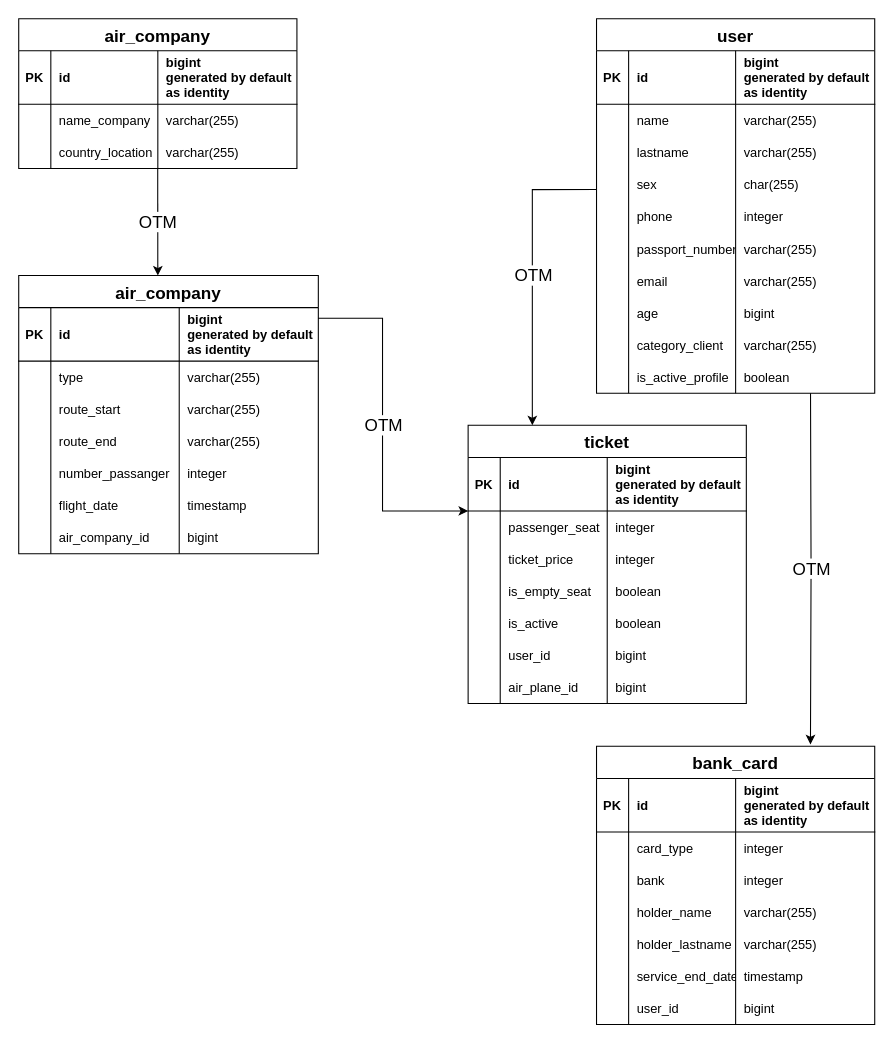
Earlier version of the draw.io diagram Untitled Diagram.drawio (anomalmishka/myProject). Source tidied: cells renumbered, new cells numbered last; positions are measured from the earlier drawing's top-left corner, leaving out a move shared by most shapes. Both pictures are drawn from the tidied source at 107%, with x=0, y=0 at pixel (18, 18).
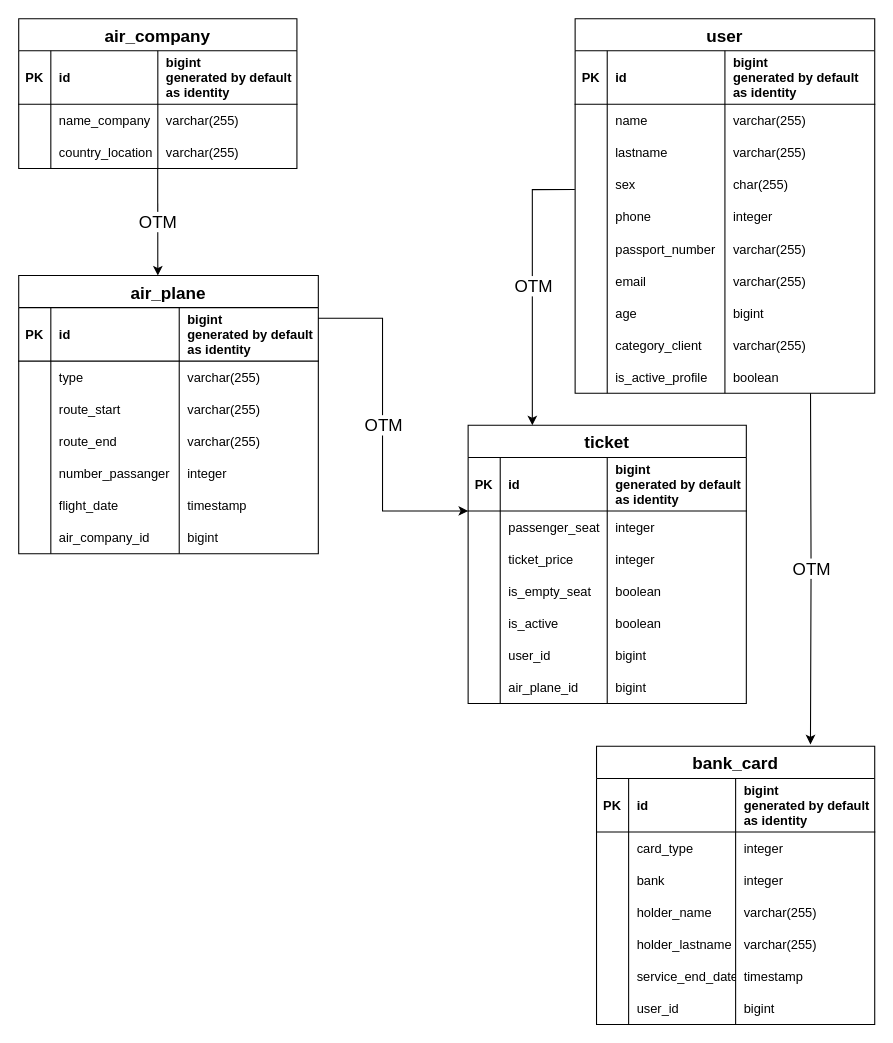
After the change.

The edit, as a diff of the source:
```diff
@@
     <mxCell id="2" value="user" style="shape=table;startSize=30;childLayout=tableLayout;rowLines=0;fontStyle=1;align=center;fontSize=16;" parent="1" vertex="1">
-      <mxGeometry x="540" width="260" height="350" as="geometry" />
+      <mxGeometry x="520" width="280" height="350" as="geometry" />
     </mxCell>
     <mxCell id="3" style="shape=partialRectangle;fillColor=none;top=0;left=0;right=0;bottom=1;" parent="2" vertex="1">
-      <mxGeometry y="30" width="260" height="50" as="geometry" />
+      <mxGeometry y="30" width="280" height="50" as="geometry" />
     </mxCell>
@@
     <mxCell id="5" value="id" style="shape=partialRectangle;overflow=hidden;fillColor=none;top=0;left=0;bottom=0;right=0;align=left;spacingLeft=6;fontStyle=1;" parent="3" vertex="1">
-      <mxGeometry x="30" width="100" height="50" as="geometry" />
+      <mxGeometry x="30" width="110" height="50" as="geometry" />
     </mxCell>
     <mxCell id="6" value="bigint &#10;generated by default &#10;as identity" style="shape=partialRectangle;overflow=hidden;fillColor=none;top=0;left=0;bottom=0;right=0;align=left;spacingLeft=6;fontStyle=1;spacing=2;" parent="3" vertex="1">
-      <mxGeometry x="130" width="130" height="50" as="geometry" />
+      <mxGeometry x="140" width="140" height="50" as="geometry" />
     </mxCell>
     <mxCell id="7" style="shape=partialRectangle;fillColor=none;top=0;left=0;right=0;bottom=0;" parent="2" vertex="1">
-      <mxGeometry y="80" width="260" height="30" as="geometry" />
+      <mxGeometry y="80" width="280" height="30" as="geometry" />
     </mxCell>
@@
     <mxCell id="9" value="name" style="shape=partialRectangle;overflow=hidden;fillColor=none;top=0;left=0;bottom=0;right=0;align=left;spacingLeft=6;fontStyle=0;" parent="7" vertex="1">
-      <mxGeometry x="30" width="100" height="30" as="geometry" />
+      <mxGeometry x="30" width="110" height="30" as="geometry" />
     </mxCell>
     <mxCell id="10" value="varchar(255)" style="shape=partialRectangle;overflow=hidden;fillColor=none;top=0;left=0;bottom=0;right=0;align=left;spacingLeft=6;fontStyle=0;" parent="7" vertex="1">
-      <mxGeometry x="130" width="130" height="30" as="geometry" />
+      <mxGeometry x="140" width="140" height="30" as="geometry" />
     </mxCell>
     <mxCell id="11" style="shape=partialRectangle;fillColor=none;top=0;left=0;right=0;bottom=0;" parent="2" vertex="1">
-      <mxGeometry y="110" width="260" height="30" as="geometry" />
+      <mxGeometry y="110" width="280" height="30" as="geometry" />
     </mxCell>
@@
     <mxCell id="13" value="lastname " style="shape=partialRectangle;overflow=hidden;fillColor=none;top=0;left=0;bottom=0;right=0;align=left;spacingLeft=6;" parent="11" vertex="1">
-      <mxGeometry x="30" width="100" height="30" as="geometry" />
+      <mxGeometry x="30" width="110" height="30" as="geometry" />
     </mxCell>
     <mxCell id="14" value="varchar(255)" style="shape=partialRectangle;overflow=hidden;fillColor=none;top=0;left=0;bottom=0;right=0;align=left;spacingLeft=6;" parent="11" vertex="1">
-      <mxGeometry x="130" width="130" height="30" as="geometry" />
+      <mxGeometry x="140" width="140" height="30" as="geometry" />
     </mxCell>
     <mxCell id="15" style="shape=partialRectangle;fillColor=none;points=[[0,0.5],[1,0.5]];portConstraint=eastwest;top=0;left=0;right=0;bottom=0;" parent="2" vertex="1">
-      <mxGeometry y="140" width="260" height="30" as="geometry" />
+      <mxGeometry y="140" width="280" height="30" as="geometry" />
     </mxCell>
@@
     <mxCell id="17" value="sex " style="shape=partialRectangle;overflow=hidden;fillColor=none;top=0;left=0;bottom=0;right=0;align=left;spacingLeft=6;" parent="15" vertex="1">
-      <mxGeometry x="30" width="100" height="30" as="geometry" />
+      <mxGeometry x="30" width="110" height="30" as="geometry" />
     </mxCell>
     <mxCell id="18" value="char(255)" style="shape=partialRectangle;overflow=hidden;fillColor=none;top=0;left=0;bottom=0;right=0;align=left;spacingLeft=6;" parent="15" vertex="1">
-      <mxGeometry x="130" width="130" height="30" as="geometry" />
+      <mxGeometry x="140" width="140" height="30" as="geometry" />
     </mxCell>
     <mxCell id="19" style="shape=partialRectangle;fillColor=none;top=0;left=0;right=0;bottom=0;" parent="2" vertex="1">
-      <mxGeometry y="170" width="260" height="30" as="geometry" />
+      <mxGeometry y="170" width="280" height="30" as="geometry" />
     </mxCell>
@@
     <mxCell id="21" value="phone " style="shape=partialRectangle;overflow=hidden;fillColor=none;top=0;left=0;bottom=0;right=0;align=left;spacingLeft=6;" parent="19" vertex="1">
-      <mxGeometry x="30" width="100" height="30" as="geometry" />
+      <mxGeometry x="30" width="110" height="30" as="geometry" />
     </mxCell>
     <mxCell id="22" value="integer" style="shape=partialRectangle;overflow=hidden;fillColor=none;top=0;left=0;bottom=0;right=0;align=left;spacingLeft=6;" parent="19" vertex="1">
-      <mxGeometry x="130" width="130" height="30" as="geometry" />
+      <mxGeometry x="140" width="140" height="30" as="geometry" />
     </mxCell>
     <mxCell id="23" style="shape=partialRectangle;fillColor=none;top=0;left=0;right=0;bottom=0;" parent="2" vertex="1">
-      <mxGeometry y="200" width="260" height="30" as="geometry" />
+      <mxGeometry y="200" width="280" height="30" as="geometry" />
     </mxCell>
@@
     <mxCell id="25" value="passport_number" style="shape=partialRectangle;overflow=hidden;fillColor=none;top=0;left=0;bottom=0;right=0;align=left;spacingLeft=6;" parent="23" vertex="1">
-      <mxGeometry x="30" width="100" height="30" as="geometry" />
+      <mxGeometry x="30" width="110" height="30" as="geometry" />
     </mxCell>
     <mxCell id="26" value="varchar(255)" style="shape=partialRectangle;overflow=hidden;fillColor=none;top=0;left=0;bottom=0;right=0;align=left;spacingLeft=6;" parent="23" vertex="1">
-      <mxGeometry x="130" width="130" height="30" as="geometry" />
+      <mxGeometry x="140" width="140" height="30" as="geometry" />
     </mxCell>
     <mxCell id="27" style="shape=partialRectangle;fillColor=none;top=0;left=0;right=0;bottom=0;" parent="2" vertex="1">
-      <mxGeometry y="230" width="260" height="30" as="geometry" />
+      <mxGeometry y="230" width="280" height="30" as="geometry" />
     </mxCell>
@@
     <mxCell id="29" value="email " style="shape=partialRectangle;overflow=hidden;fillColor=none;top=0;left=0;bottom=0;right=0;align=left;spacingLeft=6;" parent="27" vertex="1">
-      <mxGeometry x="30" width="100" height="30" as="geometry" />
+      <mxGeometry x="30" width="110" height="30" as="geometry" />
     </mxCell>
     <mxCell id="30" value="varchar(255)" style="shape=partialRectangle;overflow=hidden;fillColor=none;top=0;left=0;bottom=0;right=0;align=left;spacingLeft=6;" parent="27" vertex="1">
-      <mxGeometry x="130" width="130" height="30" as="geometry" />
+      <mxGeometry x="140" width="140" height="30" as="geometry" />
     </mxCell>
     <mxCell id="31" style="shape=partialRectangle;fillColor=none;top=0;left=0;right=0;bottom=0;" parent="2" vertex="1">
-      <mxGeometry y="260" width="260" height="30" as="geometry" />
+      <mxGeometry y="260" width="280" height="30" as="geometry" />
     </mxCell>
@@
     <mxCell id="33" value="age " style="shape=partialRectangle;overflow=hidden;fillColor=none;top=0;left=0;bottom=0;right=0;align=left;spacingLeft=6;" parent="31" vertex="1">
-      <mxGeometry x="30" width="100" height="30" as="geometry" />
+      <mxGeometry x="30" width="110" height="30" as="geometry" />
     </mxCell>
     <mxCell id="34" value="bigint" style="shape=partialRectangle;overflow=hidden;fillColor=none;top=0;left=0;bottom=0;right=0;align=left;spacingLeft=6;" parent="31" vertex="1">
-      <mxGeometry x="130" width="130" height="30" as="geometry" />
+      <mxGeometry x="140" width="140" height="30" as="geometry" />
     </mxCell>
     <mxCell id="35" style="shape=partialRectangle;fillColor=none;top=0;left=0;right=0;bottom=0;" parent="2" vertex="1">
-      <mxGeometry y="290" width="260" height="30" as="geometry" />
+      <mxGeometry y="290" width="280" height="30" as="geometry" />
     </mxCell>
@@
     <mxCell id="37" value="category_client " style="shape=partialRectangle;overflow=hidden;fillColor=none;top=0;left=0;bottom=0;right=0;align=left;spacingLeft=6;" parent="35" vertex="1">
-      <mxGeometry x="30" width="100" height="30" as="geometry" />
+      <mxGeometry x="30" width="110" height="30" as="geometry" />
     </mxCell>
     <mxCell id="38" value="varchar(255)" style="shape=partialRectangle;overflow=hidden;fillColor=none;top=0;left=0;bottom=0;right=0;align=left;spacingLeft=6;" parent="35" vertex="1">
-      <mxGeometry x="130" width="130" height="30" as="geometry" />
+      <mxGeometry x="140" width="140" height="30" as="geometry" />
     </mxCell>
     <mxCell id="39" style="shape=partialRectangle;fillColor=none;top=0;left=0;right=0;bottom=0;" parent="2" vertex="1">
-      <mxGeometry y="320" width="260" height="30" as="geometry" />
+      <mxGeometry y="320" width="280" height="30" as="geometry" />
     </mxCell>
@@
     <mxCell id="41" value="is_active_profile " style="shape=partialRectangle;overflow=hidden;fillColor=none;top=0;left=0;bottom=0;right=0;align=left;spacingLeft=6;" parent="39" vertex="1">
-      <mxGeometry x="30" width="100" height="30" as="geometry" />
+      <mxGeometry x="30" width="110" height="30" as="geometry" />
     </mxCell>
     <mxCell id="42" value="boolean" style="shape=partialRectangle;overflow=hidden;fillColor=none;top=0;left=0;bottom=0;right=0;align=left;spacingLeft=6;" parent="39" vertex="1">
-      <mxGeometry x="130" width="130" height="30" as="geometry" />
+      <mxGeometry x="140" width="140" height="30" as="geometry" />
     </mxCell>
@@
-    <mxCell id="120" value="air_company" style="shape=table;startSize=30;childLayout=tableLayout;rowLines=0;fontStyle=1;align=center;fontSize=16;spacing=2;" parent="1" vertex="1">
+    <mxCell id="120" value="air_plane" style="shape=table;startSize=30;childLayout=tableLayout;rowLines=0;fontStyle=1;align=center;fontSize=16;spacing=2;" parent="1" vertex="1">
       <mxGeometry y="240" width="280" height="260" as="geometry" />
     </mxCell>
```
